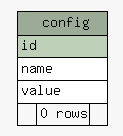
complitex/svn_osznconnection keeps this Graphviz diagram as osznconnection-db/doc/osznconnection/diagrams/summary/config.1degree.png. Above is the earlier version. Its source is kept beside it as osznconnection-db/doc/osznconnection/diagrams/summary/config.1degree.dot.
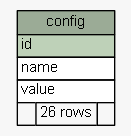
The same diagram one commit later.

Diff of the diagram source:
```diff
@@ -22,7 +22,7 @@
       <TR><TD PORT="id" COLSPAN="3" BGCOLOR="#bed1b8" ALIGN="LEFT">id</TD></TR>
       <TR><TD PORT="name" COLSPAN="3" ALIGN="LEFT">name</TD></TR>
       <TR><TD PORT="value" COLSPAN="3" ALIGN="LEFT">value</TD></TR>
-      <TR><TD ALIGN="LEFT" BGCOLOR="#f7f7f7">  </TD><TD ALIGN="RIGHT" BGCOLOR="#f7f7f7">0 rows</TD><TD ALIGN="RIGHT" BGCOLOR="#f7f7f7">  </TD></TR>
+      <TR><TD ALIGN="LEFT" BGCOLOR="#f7f7f7">  </TD><TD ALIGN="RIGHT" BGCOLOR="#f7f7f7">26 rows</TD><TD ALIGN="RIGHT" BGCOLOR="#f7f7f7">  </TD></TR>
     </TABLE>>
     URL="tables/config.html"
     tooltip="config"
```
